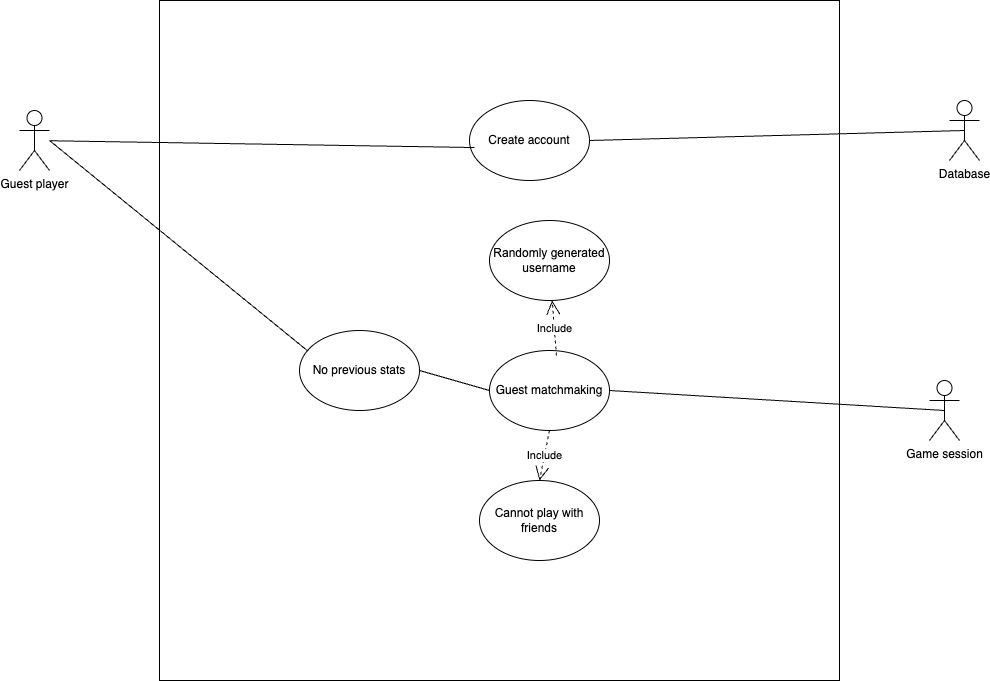
Before: diagrams/profile_matchmaking/use_case_diagrams/use_case_diagram_03.png, a diagram exported from draw.io (ShakH00/OMGame). Source tidied: cells renumbered, new cells last; positions are measured from the earlier drawing's top-left corner, leaving out a move shared by most shapes.
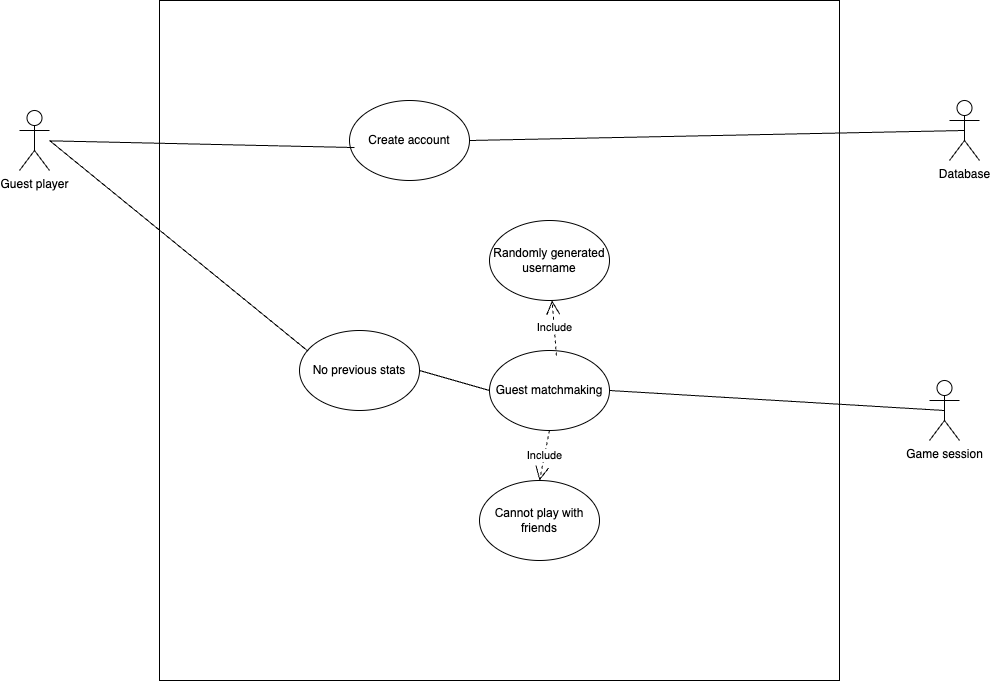
After the commit.

Change to the diagram source:
```diff
@@ -9,7 +9,7 @@
       <mxGeometry y="110" width="30" height="60" as="geometry" />
     </mxCell>
     <mxCell id="4" value="Create account" style="ellipse;whiteSpace=wrap;html=1;" parent="1" vertex="1">
-      <mxGeometry x="450" y="100" width="120" height="80" as="geometry" />
+      <mxGeometry x="330" y="100" width="120" height="80" as="geometry" />
     </mxCell>
     <mxCell id="5" style="endArrow=none;html=1;rounded=0;entryX=0.042;entryY=0.588;entryDx=0;entryDy=0;entryPerimeter=0;" parent="1" edge="1" source="3" target="4">
       <mxGeometry relative="1" as="geometry" />
@@ -44,11 +44,11 @@
     <mxCell id="15" value="No previous stats" style="ellipse;whiteSpace=wrap;html=1;" parent="1" vertex="1">
       <mxGeometry x="280" y="330" width="120" height="80" as="geometry" />
     </mxCell>
-    <mxCell id="16" style="endArrow=none;html=1;rounded=0;entryX=0.07;entryY=0.257;entryDx=0;entryDy=0;entryPerimeter=0;" parent="1" edge="1" target="15">
-      <mxGeometry relative="1" as="geometry">
-        <mxPoint x="30" y="140" as="sourcePoint" />
-      </mxGeometry>
-    </mxCell>
+    <mxCell id="18" style="endArrow=none;html=1;rounded=0;entryX=0.07;entryY=0.257;entryDx=0;entryDy=0;entryPerimeter=0;" parent="1" edge="1" target="15">
+      <mxGeometry relative="1" as="geometry">
+        <mxPoint x="30" y="140" as="sourcePoint" />
+      </mxGeometry>
+    </mxCell>
     <mxCell id="17" style="endArrow=none;html=1;rounded=0;exitX=1;exitY=0.5;exitDx=0;exitDy=0;entryX=0;entryY=0.5;entryDx=0;entryDy=0;" parent="1" edge="1" source="15" target="6">
       <mxGeometry relative="1" as="geometry" />
     </mxCell>
```
